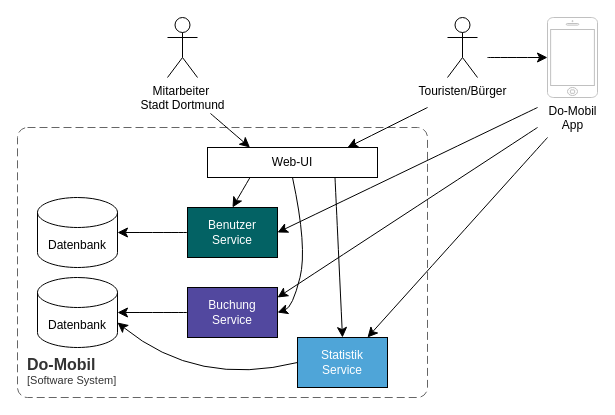
The draw.io diagram page "Beispiel-2" (2 of 4) of Promotionsförderung.drawio in mhecktor/draw.io, before the edit. Source tidied: cells renumbered, new cells numbered last; positions are measured from the earlier drawing's top-left corner, leaving out a move shared by most shapes. Both pictures are drawn from the tidied source at 100%, with x=0, y=0 at pixel (17, 17).
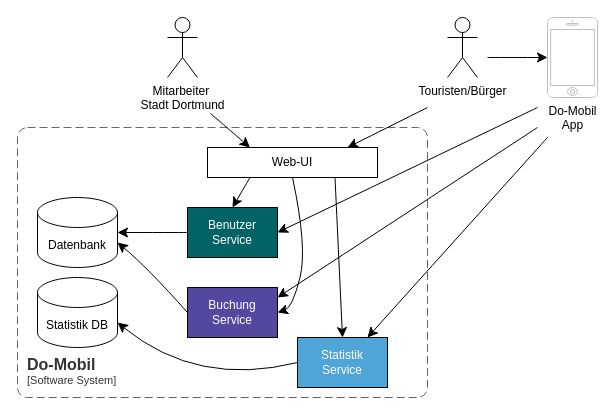
The same page after the edit.

Unchanged cells that the change refers to:
```xml
<mxCell id="2" value="Datenbank" style="shape=cylinder3;whiteSpace=wrap;html=1;boundedLbl=1;backgroundOutline=1;size=15;" parent="1" vertex="1">
  <mxGeometry x="20" y="180" width="80" height="70" as="geometry" />
</mxCell>
<mxCell id="14" value="Buchung&lt;div&gt;Service&lt;/div&gt;" style="rounded=0;whiteSpace=wrap;html=1;fillColor=#52489F;fillStyle=solid;fontColor=#FFFFFF;gradientColor=none;" parent="1" vertex="1">
  <mxGeometry x="170" y="270" width="90" height="50" as="geometry" />
</mxCell>
```

What changed in the source:
```diff
@@
-    <mxCell id="15" value="Datenbank" style="shape=cylinder3;whiteSpace=wrap;html=1;boundedLbl=1;backgroundOutline=1;size=15;" parent="1" vertex="1">
+    <mxCell id="15" value="Statistik DB" style="shape=cylinder3;whiteSpace=wrap;html=1;boundedLbl=1;backgroundOutline=1;size=15;" parent="1" vertex="1">
       <mxGeometry x="20" y="260" width="80" height="70" as="geometry" />
     </mxCell>
-    <mxCell id="16" style="edgeStyle=none;curved=1;rounded=0;jettySize=auto;html=1;exitX=0;exitY=0.5;exitDx=0;exitDy=0;entryX=1;entryY=0.5;entryDx=0;entryDy=0;entryPerimeter=0;fontSize=12;startSize=8;endSize=8;" parent="1" edge="1" source="14" target="15">
-      <mxGeometry relative="1" as="geometry" />
+    <mxCell id="16" style="edgeStyle=none;curved=1;rounded=0;jettySize=auto;html=1;exitX=0;exitY=0.5;exitDx=0;exitDy=0;entryX=1;entryY=0;entryDx=0;entryDy=45;entryPerimeter=0;fontSize=12;startSize=8;endSize=8;" parent="1" edge="1" source="14" target="2">
+      <mxGeometry relative="1" as="geometry">
+        <Array as="points">
+          <mxPoint x="130" y="250" />
+        </Array>
+      </mxGeometry>
     </mxCell>
```
